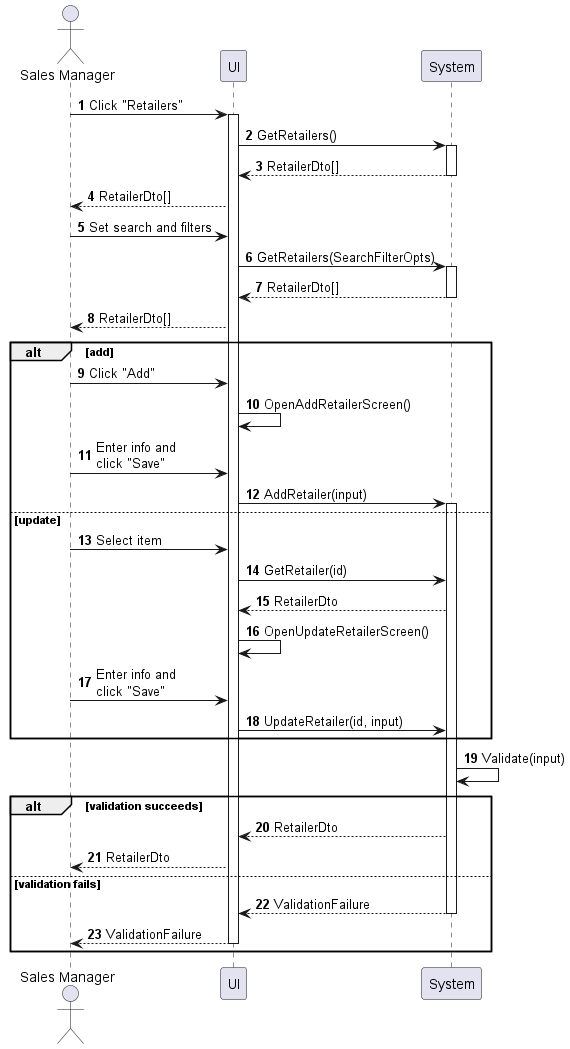
Earlier version of the PlantUML export sequences/retailer-manage.png (phihungha/scmss-reqs).
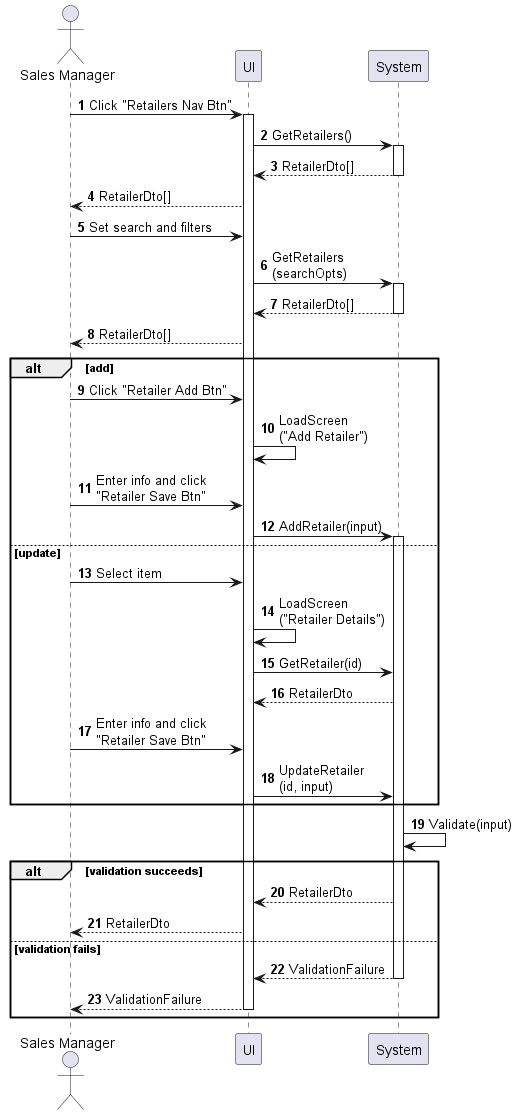
After the change.

What changed in the source:
```diff
@@ -5,31 +5,31 @@
 participant UI as f
 participant System as b
 
-a -> f : Click "Retailers"
+a -> f : Click "Retailers Nav Btn"
 activate f
 f -> b : GetRetailers()
 activate b
 return RetailerDto[]
 f --> a : RetailerDto[]
 a -> f : Set search and filters
-f -> b : GetRetailers(SearchFilterOpts)
+f -> b : GetRetailers\n(searchOpts)
 activate b
 return RetailerDto[]
 f --> a : RetailerDto[]
 
 alt add
-    a -> f : Click "Add"
-    f -> f : OpenAddRetailerScreen()
-    a -> f : Enter info and\nclick "Save"
+    a -> f : Click "Retailer Add Btn"
+    f -> f : LoadScreen\n("Add Retailer")
+    a -> f : Enter info and click\n"Retailer Save Btn"
     f -> b : AddRetailer(input)
     activate b
 else update
     a -> f : Select item
+    f -> f : LoadScreen\n("Retailer Details")
     f -> b : GetRetailer(id)
     b --> f : RetailerDto
-    f -> f : OpenUpdateRetailerScreen()
-    a -> f : Enter info and\nclick "Save"
-    f -> b : UpdateRetailer(id, input)
+    a -> f : Enter info and click\n"Retailer Save Btn"
+    f -> b : UpdateRetailer\n(id, input)
 end
 
 b -> b : Validate(input)
```
